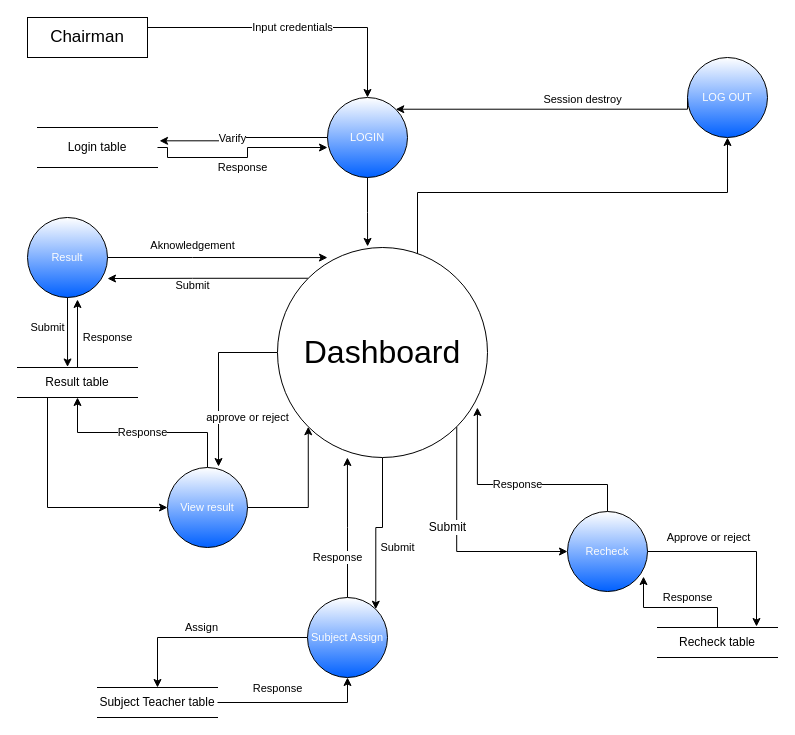
This is Diagrams/DFD/HOD.drawio from MohsinAliSoomro/CES, a draw.io file, before an edit. Source tidied: cells renumbered, new cells numbered last; positions are measured from the earlier drawing's top-left corner, leaving out a move shared by most shapes. Both pictures are drawn from the tidied source at 100%, with x=0, y=0 at pixel (17, 17).
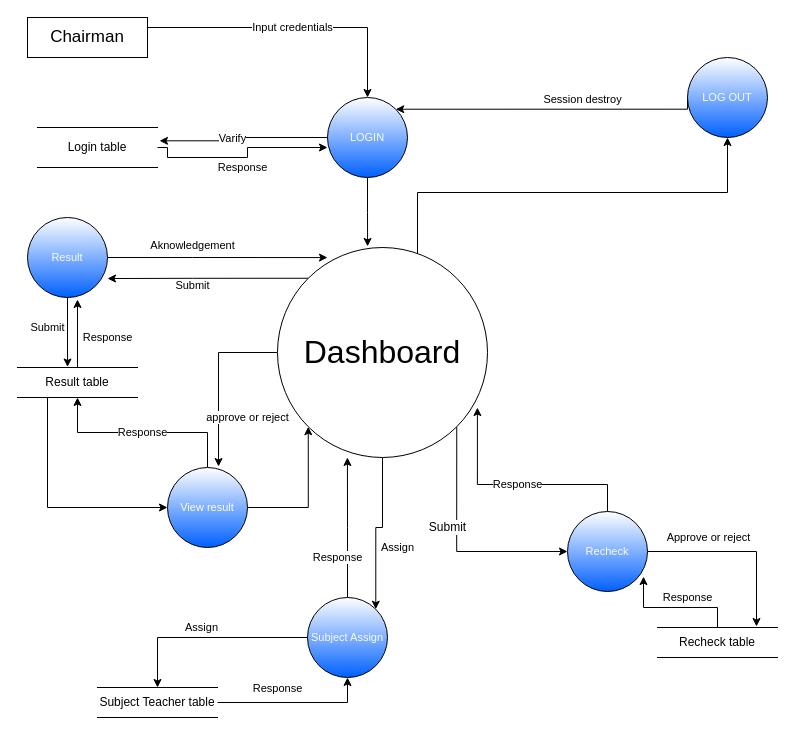
Above is the later version.

The change refers to these unchanged cells:
```xml
<mxCell id="12" value="&lt;font style=&quot;font-size: 32px&quot;&gt;Dashboard&lt;/font&gt;" style="ellipse;whiteSpace=wrap;html=1;" parent="1" vertex="1">
  <mxGeometry x="260" y="230" width="210" height="210" as="geometry" />
</mxCell>
<mxCell id="31" value="Subject Assign" style="ellipse;whiteSpace=wrap;html=1;fontSize=11;gradientColor=#0060FF;fontColor=#FCFCFC;" parent="1" vertex="1">
  <mxGeometry x="290" y="580" width="80" height="80" as="geometry" />
</mxCell>
```

Change to the diagram source:
```diff
@@
-    <mxCell id="10" value="Submit" style="edgeStyle=orthogonalEdgeStyle;rounded=0;jettySize=auto;html=1;exitX=0.5;exitY=1;exitDx=0;exitDy=0;entryX=1;entryY=0;entryDx=0;entryDy=0;" parent="1" edge="1" source="12" target="31">
+    <mxCell id="10" value="Assign" style="edgeStyle=orthogonalEdgeStyle;rounded=0;jettySize=auto;html=1;exitX=0.5;exitY=1;exitDx=0;exitDy=0;entryX=1;entryY=0;entryDx=0;entryDy=0;" parent="1" edge="1" source="12" target="31">
       <mxGeometry x="0.22" y="22" relative="1" as="geometry" />
     </mxCell>
```
